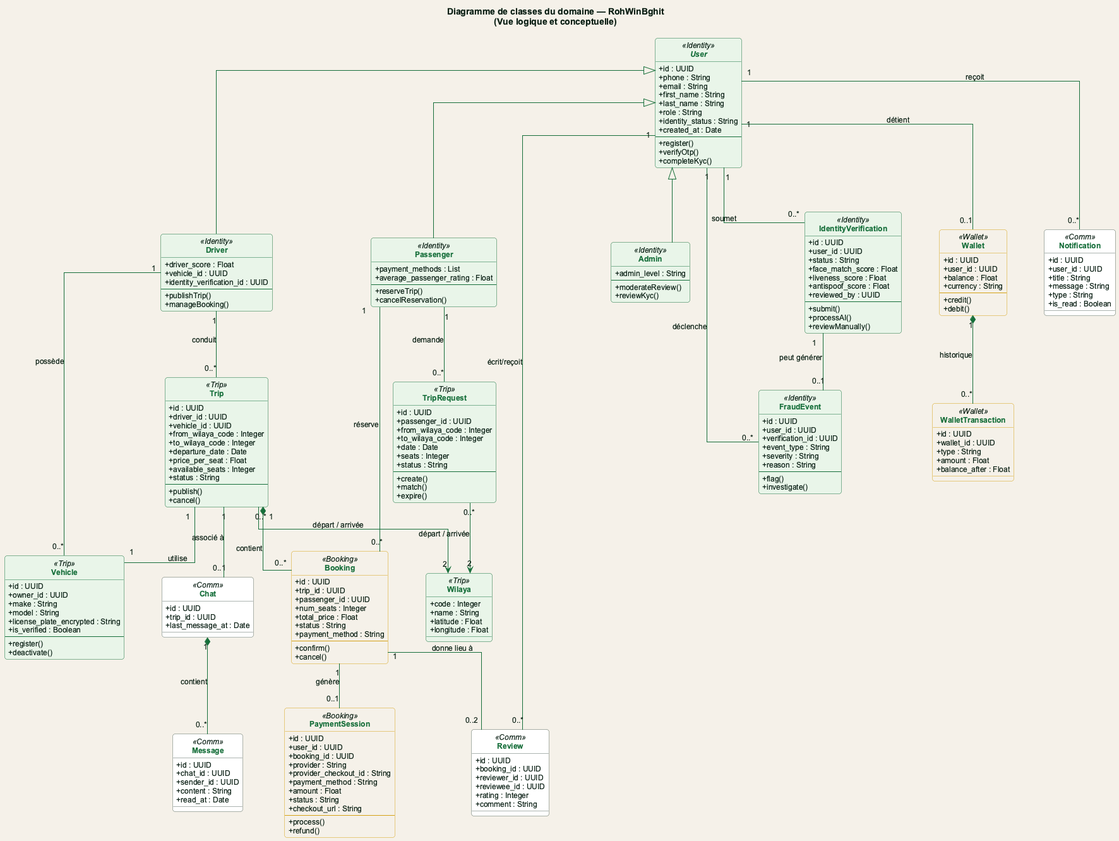
Earlier version of the PlantUML export figures/fig_class_diagram.png (Belhormamohamed13/Memiore_RohWinBghit).
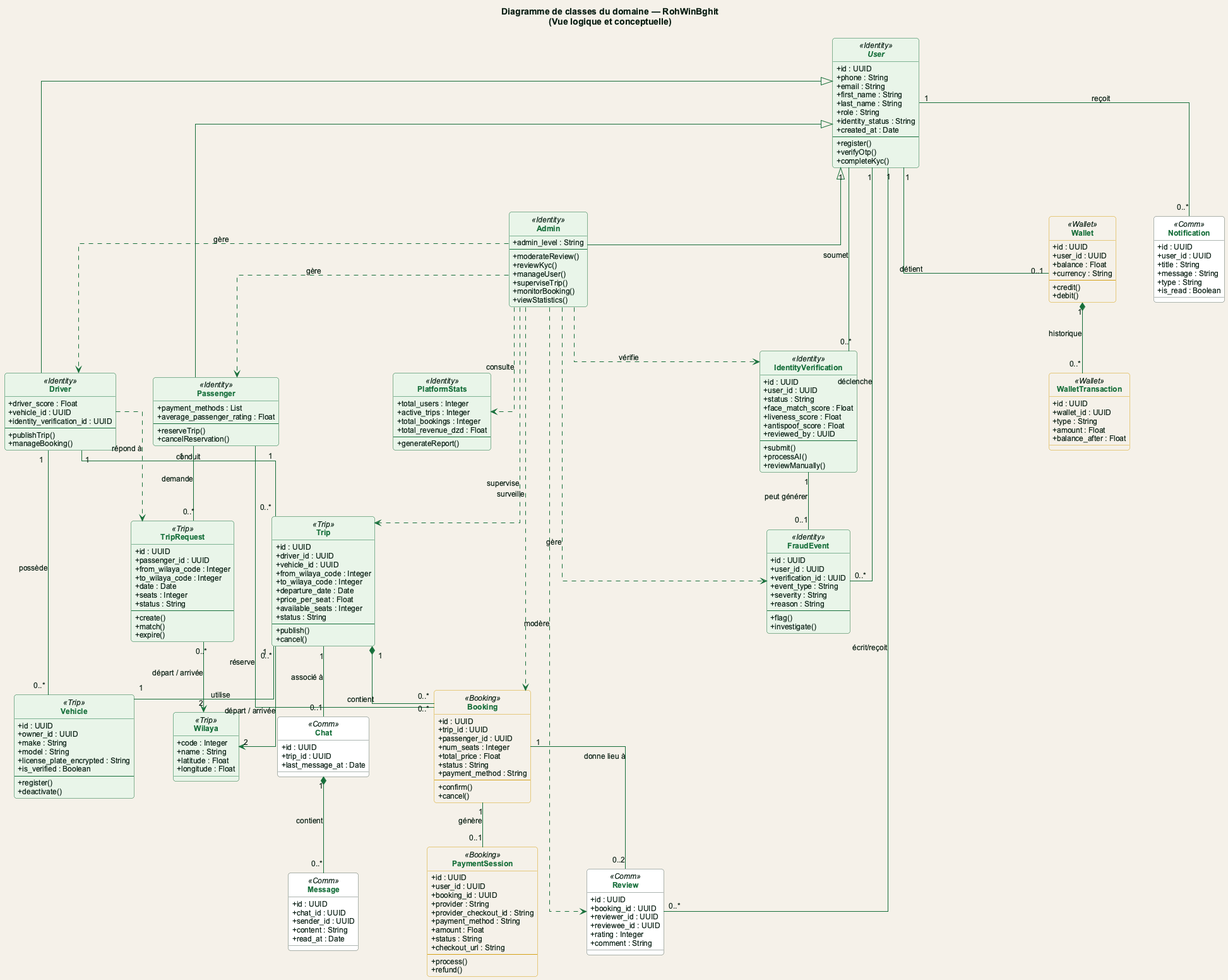
Above is the later version.

What changed in the source:
```diff
@@ -61,6 +61,10 @@
   --
   + moderateReview()
   + reviewKyc()
+  + manageUser()
+  + superviseTrip()
+  + monitorBooking()
+  + viewStatistics()
 }
 
 class IdentityVerification <<Identity>> {
@@ -87,6 +91,15 @@
   --
   + flag()
   + investigate()
+}
+
+class PlatformStats <<Identity>> {
+  + total_users : Integer
+  + active_trips : Integer
+  + total_bookings : Integer
+  + total_revenue_dzd : Float
+  --
+  + generateReport()
 }
 
 class Vehicle <<Trip>> {
@@ -219,8 +232,19 @@
 User <|-- Driver
 User <|-- Admin
 
+Admin ..> Passenger : "gère"
+Admin ..> Driver : "gère"
+Admin ..> Review : "modère"
+Admin ..> Trip : "supervise"
+Admin ..> Booking : "surveille"
+Admin ..> IdentityVerification : "vérifie"
+Admin ..> FraudEvent : "gère"
+Admin ..> PlatformStats : "consulte"
+
+
 Driver "1" -- "0..*" Vehicle : "possède"
 Driver "1" -- "0..*" Trip : "conduit"
+Driver ..> TripRequest : "répond à"
 Passenger "1" -- "0..*" Booking : "réserve"
 Passenger "1" -- "0..*" TripRequest : "demande"
 User "1" -- "0..1" Wallet : "détient"
```
